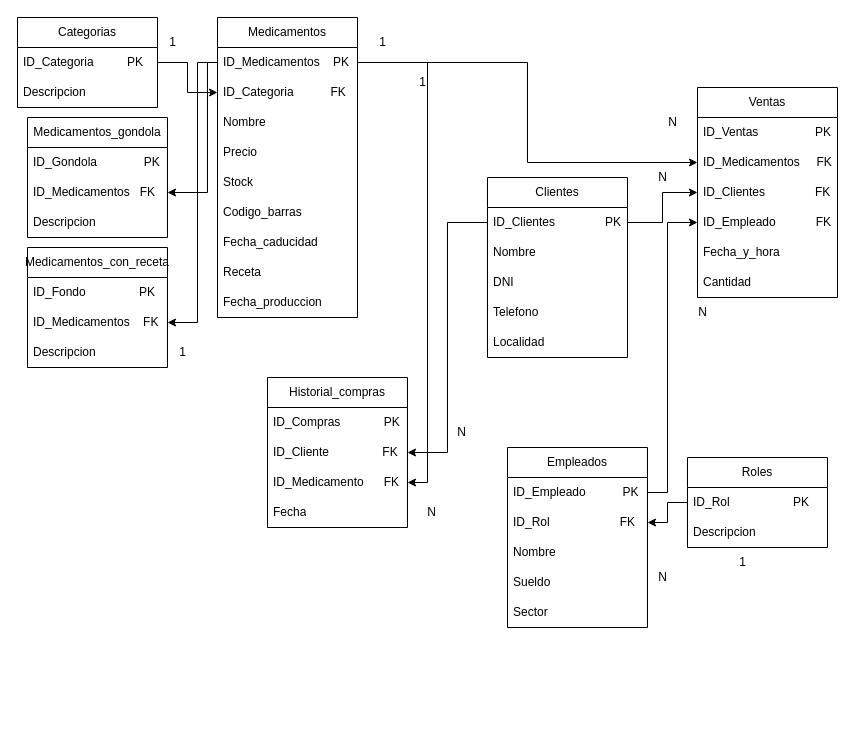
benjox470/Proyecto_Co_Base_de_Datos_y_Algoritmos_Grupo_3 keeps this draw.io diagram as Sql/DER.drawio. Above is the earlier version. Source tidied: cells renumbered, new cells numbered last; positions are measured from the earlier drawing's top-left corner, leaving out a move shared by most shapes. Both pictures are drawn from the tidied source at 100%, with x=0, y=0 at pixel (17, 17).
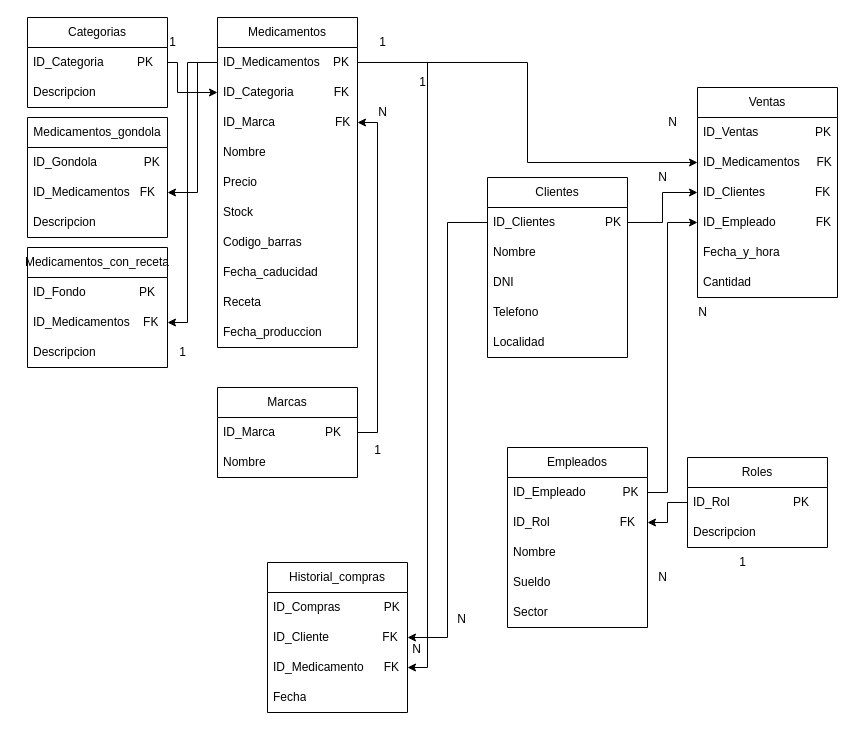
After the change.

Unchanged cells that the change refers to:
```xml
<mxCell id="3" value="ID_Medicamentos&amp;nbsp; &amp;nbsp; PK" style="text;strokeColor=none;fillColor=none;align=left;verticalAlign=middle;spacingLeft=4;spacingRight=4;overflow=hidden;points=[[0,0.5],[1,0.5]];portConstraint=eastwest;whiteSpace=wrap;html=1;" parent="2" vertex="1">
  <mxGeometry y="30" width="140" height="30" as="geometry" />
</mxCell>
<mxCell id="39" value="ID_Medicamentos&amp;nbsp; &amp;nbsp;FK" style="text;strokeColor=none;fillColor=none;align=left;verticalAlign=middle;spacingLeft=4;spacingRight=4;overflow=hidden;points=[[0,0.5],[1,0.5]];portConstraint=eastwest;whiteSpace=wrap;html=1;" parent="37" vertex="1">
  <mxGeometry y="60" width="140" height="30" as="geometry" />
</mxCell>
<mxCell id="43" value="ID_Medicamentos&amp;nbsp; &amp;nbsp; FK" style="text;strokeColor=none;fillColor=none;align=left;verticalAlign=middle;spacingLeft=4;spacingRight=4;overflow=hidden;points=[[0,0.5],[1,0.5]];portConstraint=eastwest;whiteSpace=wrap;html=1;" parent="41" vertex="1">
  <mxGeometry y="60" width="140" height="30" as="geometry" />
</mxCell>
<mxCell id="48" value="ID_Categoria&amp;nbsp; &amp;nbsp; &amp;nbsp; &amp;nbsp; &amp;nbsp; PK" style="text;strokeColor=none;fillColor=none;align=left;verticalAlign=middle;spacingLeft=4;spacingRight=4;overflow=hidden;points=[[0,0.5],[1,0.5]];portConstraint=eastwest;whiteSpace=wrap;html=1;" parent="47" vertex="1">
  <mxGeometry y="30" width="140" height="30" as="geometry" />
</mxCell>
```

The edit, as a diff of the source:
```diff
@@
     <mxCell id="2" value="Medicamentos" style="swimlane;fontStyle=0;horizontal=1;startSize=30;whiteSpace=wrap;html=1;" parent="1" vertex="1">
-      <mxGeometry x="200" width="140" height="300" as="geometry" />
+      <mxGeometry x="200" width="140" height="330" as="geometry" />
     </mxCell>
@@
-    <mxCell id="4" value="ID_Categoria&amp;nbsp; &amp;nbsp; &amp;nbsp; &amp;nbsp; &amp;nbsp; &amp;nbsp;FK" style="text;strokeColor=none;fillColor=none;align=left;verticalAlign=middle;spacingLeft=4;spacingRight=4;overflow=hidden;points=[[0,0.5],[1,0.5]];portConstraint=eastwest;whiteSpace=wrap;html=1;" parent="2" vertex="1">
+    <mxCell id="4" value="ID_Categoria&amp;nbsp; &amp;nbsp; &amp;nbsp; &amp;nbsp; &amp;nbsp; &amp;nbsp; FK" style="text;strokeColor=none;fillColor=none;align=left;verticalAlign=middle;spacingLeft=4;spacingRight=4;overflow=hidden;points=[[0,0.5],[1,0.5]];portConstraint=eastwest;whiteSpace=wrap;html=1;" parent="2" vertex="1">
       <mxGeometry y="60" width="140" height="30" as="geometry" />
     </mxCell>
+    <mxCell id="70" value="ID_Marca&amp;nbsp; &amp;nbsp; &amp;nbsp; &amp;nbsp; &amp;nbsp; &amp;nbsp; &amp;nbsp; &amp;nbsp; &amp;nbsp; FK" style="text;strokeColor=none;fillColor=none;align=left;verticalAlign=middle;spacingLeft=4;spacingRight=4;overflow=hidden;points=[[0,0.5],[1,0.5]];portConstraint=eastwest;whiteSpace=wrap;html=1;" parent="2" vertex="1">
+      <mxGeometry y="90" width="140" height="30" as="geometry" />
+    </mxCell>
     <mxCell id="5" value="Nombre" style="text;strokeColor=none;fillColor=none;align=left;verticalAlign=middle;spacingLeft=4;spacingRight=4;overflow=hidden;whiteSpace=wrap;html=1;" parent="2" vertex="1">
-      <mxGeometry y="90" width="140" height="30" as="geometry" />
+      <mxGeometry y="120" width="140" height="30" as="geometry" />
     </mxCell>
     <mxCell id="6" value="Precio" style="text;strokeColor=none;fillColor=none;align=left;verticalAlign=middle;spacingLeft=4;spacingRight=4;overflow=hidden;whiteSpace=wrap;html=1;" parent="2" vertex="1">
-      <mxGeometry y="120" width="140" height="30" as="geometry" />
+      <mxGeometry y="150" width="140" height="30" as="geometry" />
     </mxCell>
     <mxCell id="7" value="Stock" style="text;strokeColor=none;fillColor=none;align=left;verticalAlign=middle;spacingLeft=4;spacingRight=4;overflow=hidden;whiteSpace=wrap;html=1;" parent="2" vertex="1">
-      <mxGeometry y="150" width="140" height="30" as="geometry" />
+      <mxGeometry y="180" width="140" height="30" as="geometry" />
     </mxCell>
     <mxCell id="8" value="Codigo_barras" style="text;strokeColor=none;fillColor=none;align=left;verticalAlign=middle;spacingLeft=4;spacingRight=4;overflow=hidden;whiteSpace=wrap;html=1;" parent="2" vertex="1">
-      <mxGeometry y="180" width="140" height="30" as="geometry" />
+      <mxGeometry y="210" width="140" height="30" as="geometry" />
     </mxCell>
     <mxCell id="9" value="Fecha_caducidad" style="text;strokeColor=none;fillColor=none;align=left;verticalAlign=middle;spacingLeft=4;spacingRight=4;overflow=hidden;whiteSpace=wrap;html=1;" parent="2" vertex="1">
-      <mxGeometry y="210" width="140" height="30" as="geometry" />
+      <mxGeometry y="240" width="140" height="30" as="geometry" />
     </mxCell>
     <mxCell id="10" value="Receta" style="text;strokeColor=none;fillColor=none;align=left;verticalAlign=middle;spacingLeft=4;spacingRight=4;overflow=hidden;whiteSpace=wrap;html=1;" parent="2" vertex="1">
-      <mxGeometry y="240" width="140" height="30" as="geometry" />
+      <mxGeometry y="270" width="140" height="30" as="geometry" />
     </mxCell>
     <mxCell id="11" value="Fecha_produccion" style="text;strokeColor=none;fillColor=none;align=left;verticalAlign=middle;spacingLeft=4;spacingRight=4;overflow=hidden;whiteSpace=wrap;html=1;" parent="2" vertex="1">
-      <mxGeometry y="270" width="140" height="30" as="geometry" />
+      <mxGeometry y="300" width="140" height="30" as="geometry" />
     </mxCell>
@@
     <mxCell id="45" style="edgeStyle=orthogonalEdgeStyle;rounded=0;jettySize=auto;html=1;" parent="1" edge="1" source="3" target="43">
       <mxGeometry relative="1" as="geometry">
         <Array as="points">
-          <mxPoint x="180" y="45" />
-          <mxPoint x="180" y="305" />
+          <mxPoint x="170" y="45" />
+          <mxPoint x="170" y="305" />
         </Array>
       </mxGeometry>
     </mxCell>
     <mxCell id="46" style="edgeStyle=orthogonalEdgeStyle;rounded=0;jettySize=auto;html=1;entryX=1;entryY=0.5;entryDx=0;entryDy=0;" parent="1" edge="1" source="3" target="39">
       <mxGeometry relative="1" as="geometry">
         <Array as="points">
-          <mxPoint x="190" y="45" />
-          <mxPoint x="190" y="175" />
+          <mxPoint x="180" y="45" />
+          <mxPoint x="180" y="175" />
         </Array>
       </mxGeometry>
     </mxCell>
     <mxCell id="47" value="Categorias" style="swimlane;fontStyle=0;horizontal=1;startSize=30;whiteSpace=wrap;html=1;" parent="1" vertex="1">
-      <mxGeometry width="140" height="90" as="geometry" />
+      <mxGeometry x="10" width="140" height="90" as="geometry" />
     </mxCell>
@@
     <mxCell id="50" style="edgeStyle=orthogonalEdgeStyle;rounded=0;jettySize=auto;html=1;entryX=0;entryY=0.5;entryDx=0;entryDy=0;" parent="1" edge="1" source="48" target="4">
-      <mxGeometry relative="1" as="geometry" />
+      <mxGeometry relative="1" as="geometry">
+        <Array as="points">
+          <mxPoint x="160" y="45" />
+          <mxPoint x="160" y="75" />
+        </Array>
+      </mxGeometry>
     </mxCell>
     <mxCell id="51" value="Historial_compras" style="swimlane;fontStyle=0;horizontal=1;startSize=30;whiteSpace=wrap;html=1;" parent="1" vertex="1">
-      <mxGeometry x="250" y="360" width="140" height="150" as="geometry" />
+      <mxGeometry x="250" y="545" width="140" height="150" as="geometry" />
     </mxCell>
@@
     <mxCell id="61" value="N" style="text;html=1;align=center;verticalAlign=middle;strokeColor=none;fillColor=none;" parent="1" vertex="1">
-      <mxGeometry x="399" y="480" width="30" height="30" as="geometry" />
+      <mxGeometry x="384" y="617" width="30" height="30" as="geometry" />
     </mxCell>
@@
     <mxCell id="64" value="N" style="text;html=1;align=center;verticalAlign=middle;strokeColor=none;fillColor=none;" parent="1" vertex="1">
-      <mxGeometry x="429" y="400" width="30" height="30" as="geometry" />
+      <mxGeometry x="429" y="587" width="30" height="30" as="geometry" />
     </mxCell>
@@
+    <mxCell id="71" value="Marcas" style="swimlane;fontStyle=0;horizontal=1;startSize=30;whiteSpace=wrap;html=1;" parent="1" vertex="1">
+      <mxGeometry x="200" y="370" width="140" height="90" as="geometry" />
+    </mxCell>
+    <mxCell id="72" value="ID_Marca&amp;nbsp; &amp;nbsp; &amp;nbsp; &amp;nbsp; &amp;nbsp; &amp;nbsp; &amp;nbsp; &amp;nbsp;PK" style="text;strokeColor=none;fillColor=none;align=left;verticalAlign=middle;spacingLeft=4;spacingRight=4;overflow=hidden;points=[[0,0.5],[1,0.5]];portConstraint=eastwest;whiteSpace=wrap;html=1;" parent="71" vertex="1">
+      <mxGeometry y="30" width="140" height="30" as="geometry" />
+    </mxCell>
+    <mxCell id="73" value="Nombre" style="text;strokeColor=none;fillColor=none;align=left;verticalAlign=middle;spacingLeft=4;spacingRight=4;overflow=hidden;whiteSpace=wrap;html=1;" parent="71" vertex="1">
+      <mxGeometry y="60" width="140" height="30" as="geometry" />
+    </mxCell>
+    <mxCell id="74" style="edgeStyle=orthogonalEdgeStyle;rounded=0;jettySize=auto;html=1;entryX=1;entryY=0.5;entryDx=0;entryDy=0;" parent="1" edge="1" source="72" target="70">
+      <mxGeometry relative="1" as="geometry">
+        <Array as="points">
+          <mxPoint x="360" y="415" />
+          <mxPoint x="360" y="105" />
+        </Array>
+      </mxGeometry>
+    </mxCell>
+    <mxCell id="75" value="N" style="text;html=1;align=center;verticalAlign=middle;strokeColor=none;fillColor=none;" parent="1" vertex="1">
+      <mxGeometry x="350" y="80" width="30" height="30" as="geometry" />
+    </mxCell>
+    <mxCell id="76" value="1" style="text;html=1;align=center;verticalAlign=middle;strokeColor=none;fillColor=none;" parent="1" vertex="1">
+      <mxGeometry x="345" y="418" width="30" height="30" as="geometry" />
+    </mxCell>
```
